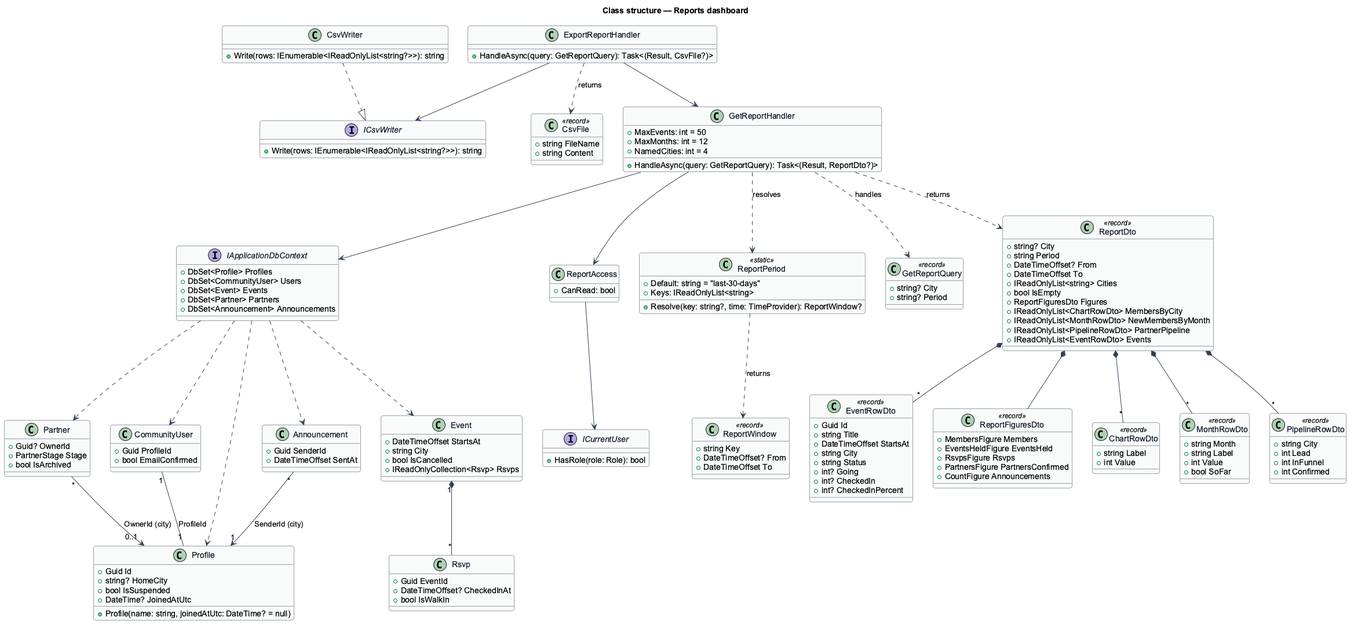
Above: docs/detailed-designs/reports/reports-dashboard/diagrams/class-structure.png in QuinntyneBrown/faithtech-community (PlantUML), before the change.
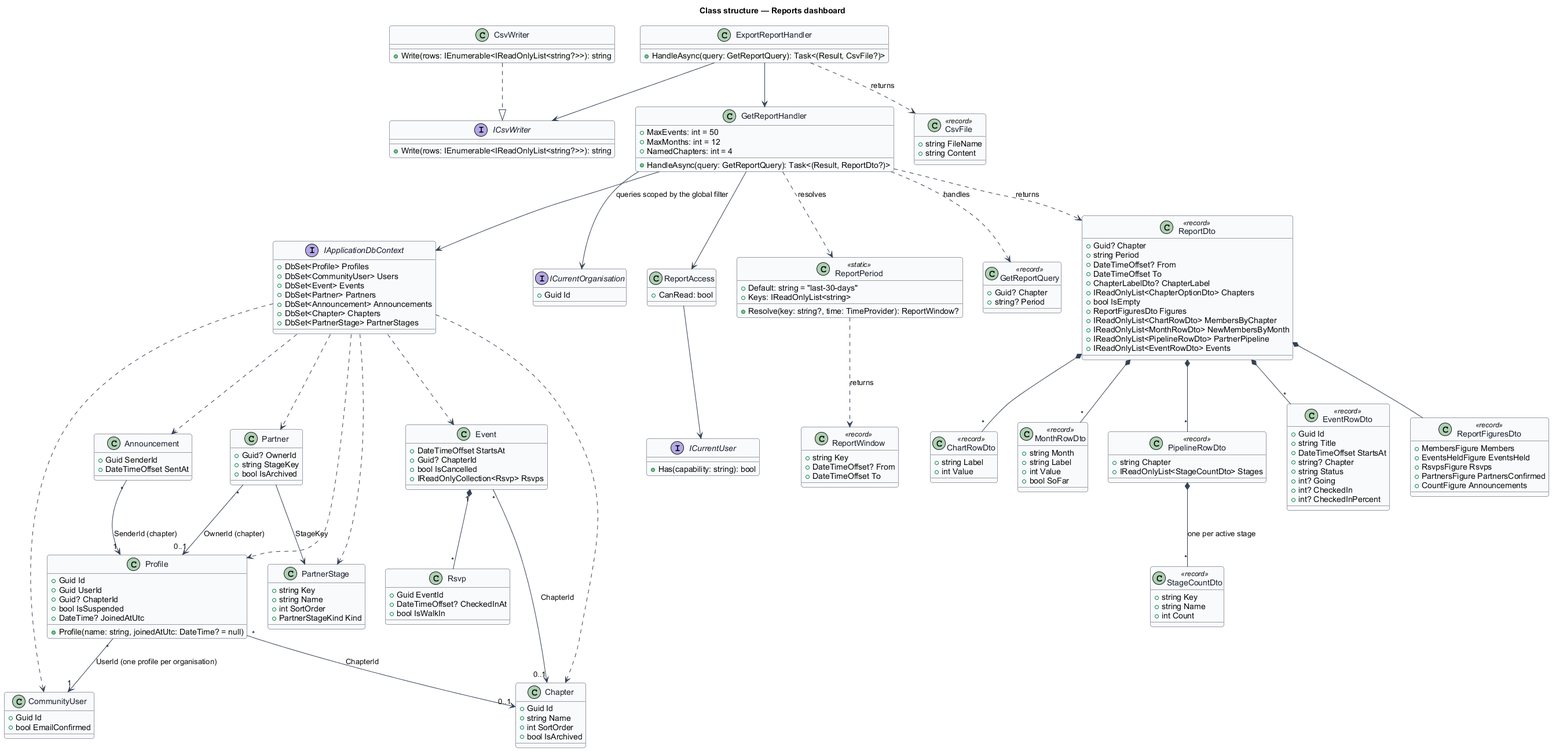
The same file after the commit.

What changed in the source:
```diff
@@ -12,18 +12,31 @@
 title Class structure — Reports dashboard
 class Profile {
   +Guid Id
-  +string? HomeCity
+  +Guid UserId
+  +Guid? ChapterId
   +bool IsSuspended
   +DateTime? JoinedAtUtc
   +Profile(name: string, joinedAtUtc: DateTime? = null)
 }
 class CommunityUser {
-  +Guid ProfileId
+  +Guid Id
   +bool EmailConfirmed
+}
+class Chapter {
+  +Guid Id
+  +string Name
+  +int SortOrder
+  +bool IsArchived
+}
+class PartnerStage {
+  +string Key
+  +string Name
+  +int SortOrder
+  +PartnerStageKind Kind
 }
 class Event {
   +DateTimeOffset StartsAt
-  +string City
+  +Guid? ChapterId
   +bool IsCancelled
   +IReadOnlyCollection<Rsvp> Rsvps
 }
@@ -34,7 +47,7 @@
 }
 class Partner {
   +Guid? OwnerId
-  +PartnerStage Stage
+  +string StageKey
   +bool IsArchived
 }
 class Announcement {
@@ -47,9 +60,14 @@
   +DbSet<Event> Events
   +DbSet<Partner> Partners
   +DbSet<Announcement> Announcements
+  +DbSet<Chapter> Chapters
+  +DbSet<PartnerStage> PartnerStages
 }
 interface ICurrentUser {
-  +HasRole(role: Role): bool
+  +Has(capability: string): bool
+}
+interface ICurrentOrganisation {
+  +Guid Id
 }
 class ReportAccess {
   +CanRead: bool
@@ -65,27 +83,28 @@
   +DateTimeOffset To
 }
 class GetReportQuery <<record>> {
-  +string? City
+  +Guid? Chapter
   +string? Period
 }
 class GetReportHandler {
   +MaxEvents: int = 50
   +MaxMonths: int = 12
-  +NamedCities: int = 4
+  +NamedChapters: int = 4
   +HandleAsync(query: GetReportQuery): Task<(Result, ReportDto?)>
 }
 class ExportReportHandler {
   +HandleAsync(query: GetReportQuery): Task<(Result, CsvFile?)>
 }
 class ReportDto <<record>> {
-  +string? City
+  +Guid? Chapter
   +string Period
   +DateTimeOffset? From
   +DateTimeOffset To
-  +IReadOnlyList<string> Cities
+  +ChapterLabelDto? ChapterLabel
+  +IReadOnlyList<ChapterOptionDto> Chapters
   +bool IsEmpty
   +ReportFiguresDto Figures
-  +IReadOnlyList<ChartRowDto> MembersByCity
+  +IReadOnlyList<ChartRowDto> MembersByChapter
   +IReadOnlyList<MonthRowDto> NewMembersByMonth
   +IReadOnlyList<PipelineRowDto> PartnerPipeline
   +IReadOnlyList<EventRowDto> Events
@@ -108,16 +127,19 @@
   +bool SoFar
 }
 class PipelineRowDto <<record>> {
-  +string City
-  +int Lead
-  +int InFunnel
-  +int Confirmed
+  +string Chapter
+  +IReadOnlyList<StageCountDto> Stages
+}
+class StageCountDto <<record>> {
+  +string Key
+  +string Name
+  +int Count
 }
 class EventRowDto <<record>> {
   +Guid Id
   +string Title
   +DateTimeOffset StartsAt
-  +string City
+  +string? Chapter
   +string Status
   +int? Going
   +int? CheckedIn
@@ -140,6 +162,7 @@
 GetReportHandler ..> GetReportQuery : handles
 GetReportHandler ..> ReportDto : returns
 ReportAccess --> ICurrentUser
+GetReportHandler --> ICurrentOrganisation : queries scoped by the global filter
 ExportReportHandler --> GetReportHandler
 ExportReportHandler --> ICsvWriter
 ExportReportHandler ..> CsvFile : returns
@@ -148,14 +171,20 @@
 ReportDto *-- "*" ChartRowDto
 ReportDto *-- "*" MonthRowDto
 ReportDto *-- "*" PipelineRowDto
+PipelineRowDto *-- "*" StageCountDto : one per active stage
 ReportDto *-- "*" EventRowDto
 IApplicationDbContext ..> Profile
 IApplicationDbContext ..> CommunityUser
 IApplicationDbContext ..> Event
 IApplicationDbContext ..> Partner
 IApplicationDbContext ..> Announcement
-CommunityUser "1" -- "1" Profile : ProfileId
+IApplicationDbContext ..> Chapter
+IApplicationDbContext ..> PartnerStage
+Profile "*" --> "1" CommunityUser : UserId (one profile per organisation)
+Profile "*" --> "0..1" Chapter : ChapterId
+Event "*" --> "0..1" Chapter : ChapterId
+Partner --> PartnerStage : StageKey
 Event "1" *-- "*" Rsvp
-Partner "*" --> "0..1" Profile : OwnerId (city)
-Announcement "*" --> "1" Profile : SenderId (city)
+Partner "*" --> "0..1" Profile : OwnerId (chapter)
+Announcement "*" --> "1" Profile : SenderId (chapter)
 @enduml
```
